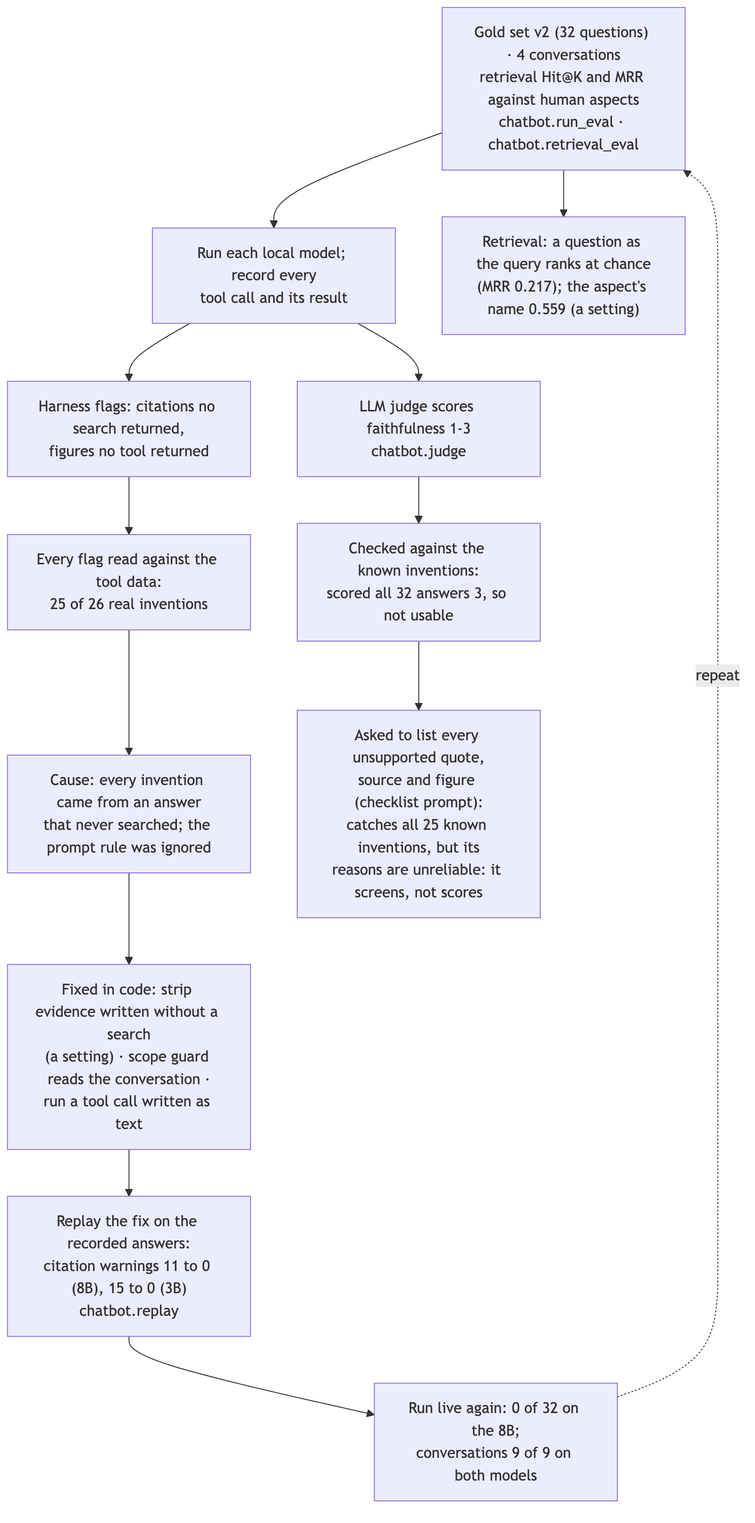
Earlier version of the Mermaid export docs/diagrams/img/23-chatbot-improvement-loop.png (Gavingyh/plp-project). Its source is kept beside it as docs/diagrams/src/23-chatbot-improvement-loop.mmd.
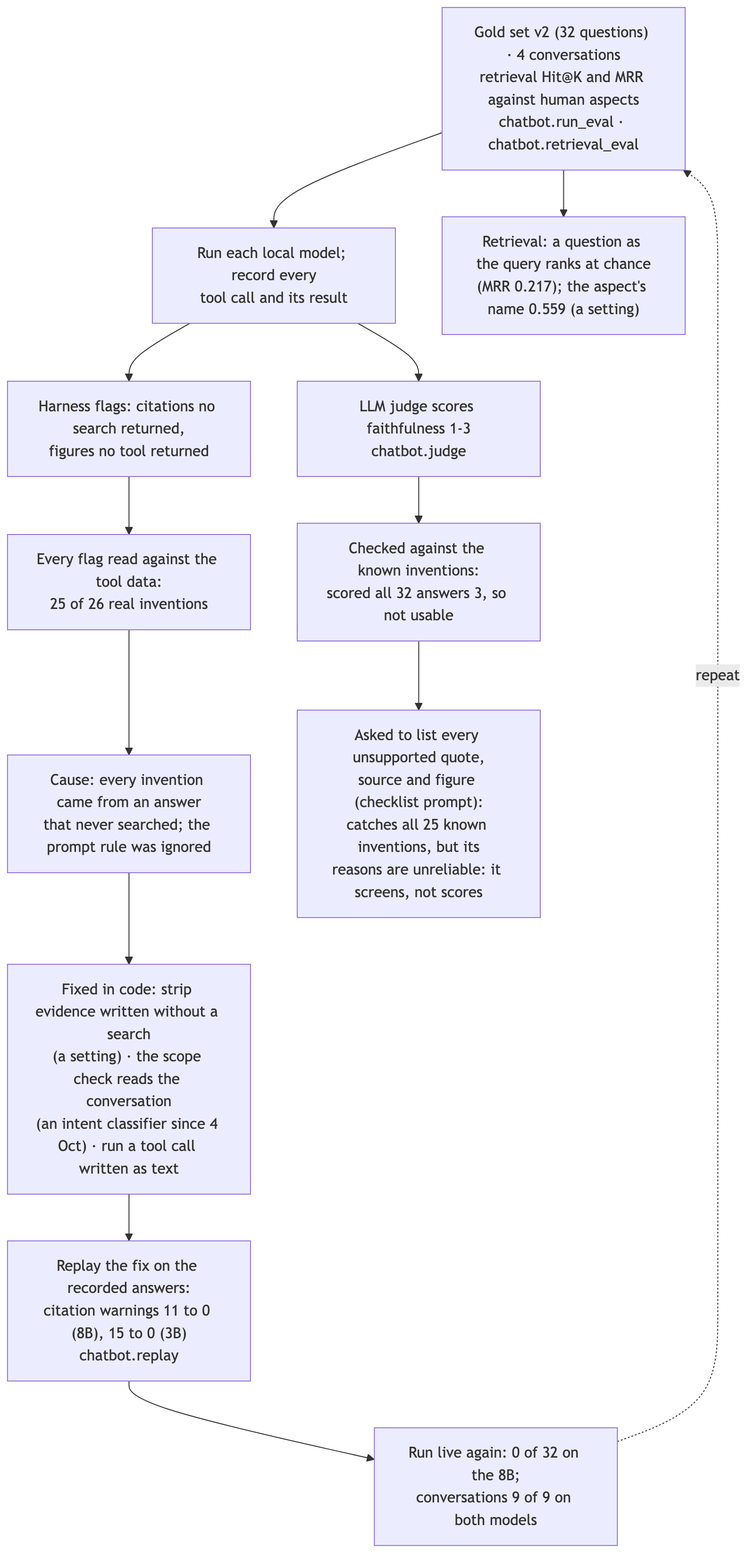
Above is the later version.

The edit, as a diff of the source:
```diff
@@ -7,7 +7,7 @@
   flags["Harness flags: citations no search returned,<br/>figures no tool returned"]
   read["Every flag read against the tool data:<br/>25 of 26 real inventions"]
   cause["Cause: every invention came from an answer<br/>that never searched; the prompt rule was ignored"]
-  fix["Fixed in code: strip evidence written without a search<br/>(a setting) · scope guard reads the conversation ·<br/>run a tool call written as text"]
+  fix["Fixed in code: strip evidence written without a search<br/>(a setting) · the scope check reads the conversation<br/>(an intent classifier since 4 Oct) · run a tool call written as text"]
   replay["Replay the fix on the recorded answers:<br/>citation warnings 11 to 0 (8B), 15 to 0 (3B)<br/>chatbot.replay"]
   live["Run live again: 0 of 32 on the 8B;<br/>conversations 9 of 9 on both models"]
   retr["Retrieval: a question as the query ranks at chance<br/>(MRR 0.217); the aspect's name 0.559 (a setting)"]
```
